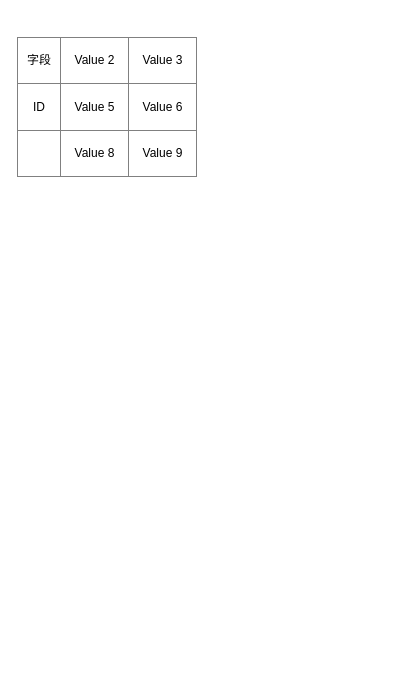
Earlier version of the draw.io diagram page 9 of 9 of 支付中心.drawio (NonePro/UML). Source tidied: cells renumbered, new cells numbered last; positions are measured from the earlier drawing's top-left corner, leaving out a move shared by most shapes. Both pictures are drawn from the tidied source at 100%, with x=0, y=0 at pixel (17, 37).
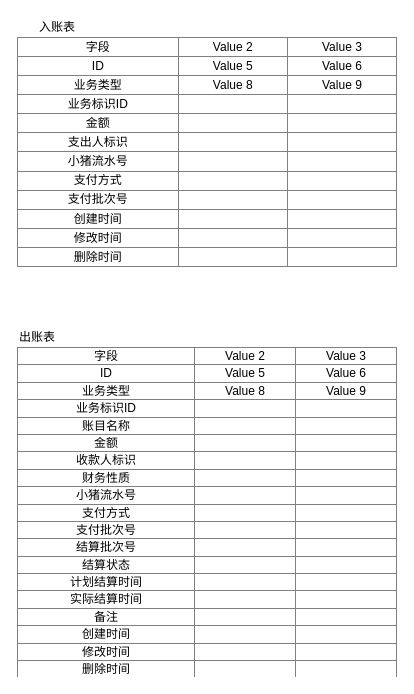
The same page after the edit.

What changed in the source:
```diff
@@
 <mxGraphModel>
   <root>
     <mxCell id="0" />
     <mxCell id="1" parent="0" />
-    <mxCell id="2" value="&lt;table border=&quot;1&quot; width=&quot;100%&quot; style=&quot;width: 100% ; height: 100% ; border-collapse: collapse&quot;&gt;&lt;tbody&gt;&lt;tr&gt;&lt;td align=&quot;center&quot;&gt;字段&lt;/td&gt;&lt;td align=&quot;center&quot;&gt;Value 2&lt;/td&gt;&lt;td align=&quot;center&quot;&gt;Value 3&lt;/td&gt;&lt;/tr&gt;&lt;tr&gt;&lt;td align=&quot;center&quot;&gt;ID&lt;/td&gt;&lt;td align=&quot;center&quot;&gt;Value 5&lt;/td&gt;&lt;td align=&quot;center&quot;&gt;Value 6&lt;/td&gt;&lt;/tr&gt;&lt;tr&gt;&lt;td align=&quot;center&quot;&gt;&lt;br&gt;&lt;/td&gt;&lt;td align=&quot;center&quot;&gt;Value 8&lt;/td&gt;&lt;td align=&quot;center&quot;&gt;Value 9&lt;/td&gt;&lt;/tr&gt;&lt;/tbody&gt;&lt;/table&gt;" style="text;html=1;strokeColor=none;fillColor=none;overflow=fill;labelBackgroundColor=none;align=center;" parent="1" vertex="1">
-      <mxGeometry width="180" height="140" as="geometry" />
+    <mxCell id="2" value="&lt;table border=&quot;1&quot; width=&quot;100%&quot; style=&quot;width: 100% ; height: 100% ; border-collapse: collapse&quot;&gt;&lt;tbody&gt;&lt;tr&gt;&lt;td align=&quot;center&quot;&gt;字段&lt;/td&gt;&lt;td align=&quot;center&quot;&gt;Value 2&lt;/td&gt;&lt;td align=&quot;center&quot;&gt;Value 3&lt;/td&gt;&lt;/tr&gt;&lt;tr&gt;&lt;td align=&quot;center&quot;&gt;ID&lt;/td&gt;&lt;td align=&quot;center&quot;&gt;Value 5&lt;/td&gt;&lt;td align=&quot;center&quot;&gt;Value 6&lt;/td&gt;&lt;/tr&gt;&lt;tr&gt;&lt;td align=&quot;center&quot;&gt;业务类型&lt;/td&gt;&lt;td align=&quot;center&quot;&gt;Value 8&lt;/td&gt;&lt;td align=&quot;center&quot;&gt;Value 9&lt;/td&gt;&lt;/tr&gt;&lt;tr&gt;&lt;td&gt;业务标识ID&lt;br&gt;&lt;/td&gt;&lt;td&gt;&lt;br&gt;&lt;/td&gt;&lt;td&gt;&lt;br&gt;&lt;/td&gt;&lt;/tr&gt;&lt;tr&gt;&lt;td&gt;金额&lt;/td&gt;&lt;td&gt;&lt;br&gt;&lt;/td&gt;&lt;td&gt;&lt;br&gt;&lt;/td&gt;&lt;/tr&gt;&lt;tr&gt;&lt;td&gt;支出人标识&lt;/td&gt;&lt;td&gt;&lt;br&gt;&lt;/td&gt;&lt;td&gt;&lt;br&gt;&lt;/td&gt;&lt;/tr&gt;&lt;tr&gt;&lt;td&gt;小猪流水号&lt;/td&gt;&lt;td&gt;&lt;br&gt;&lt;/td&gt;&lt;td&gt;&lt;br&gt;&lt;/td&gt;&lt;/tr&gt;&lt;tr&gt;&lt;td&gt;支付方式&lt;/td&gt;&lt;td&gt;&lt;br&gt;&lt;/td&gt;&lt;td&gt;&lt;br&gt;&lt;/td&gt;&lt;/tr&gt;&lt;tr&gt;&lt;td&gt;支付批次号&lt;/td&gt;&lt;td&gt;&lt;br&gt;&lt;/td&gt;&lt;td&gt;&lt;br&gt;&lt;/td&gt;&lt;/tr&gt;&lt;tr&gt;&lt;td&gt;创建时间&lt;br&gt;&lt;/td&gt;&lt;td&gt;&lt;br&gt;&lt;/td&gt;&lt;td&gt;&lt;br&gt;&lt;/td&gt;&lt;/tr&gt;&lt;tr&gt;&lt;td&gt;修改时间&lt;/td&gt;&lt;td&gt;&lt;br&gt;&lt;/td&gt;&lt;td&gt;&lt;br&gt;&lt;/td&gt;&lt;/tr&gt;&lt;tr&gt;&lt;td&gt;删除时间&lt;/td&gt;&lt;td&gt;&lt;br&gt;&lt;/td&gt;&lt;td&gt;&lt;br&gt;&lt;/td&gt;&lt;/tr&gt;&lt;/tbody&gt;&lt;/table&gt;" style="text;html=1;strokeColor=none;fillColor=none;overflow=fill;labelBackgroundColor=none;align=center;" parent="1" vertex="1">
+      <mxGeometry width="380" height="230" as="geometry" />
     </mxCell>
+    <mxCell id="3" value="&lt;table border=&quot;1&quot; width=&quot;100%&quot; style=&quot;width: 100% ; height: 100% ; border-collapse: collapse&quot;&gt;&lt;tbody&gt;&lt;tr&gt;&lt;td align=&quot;center&quot;&gt;字段&lt;/td&gt;&lt;td align=&quot;center&quot;&gt;Value 2&lt;/td&gt;&lt;td align=&quot;center&quot;&gt;Value 3&lt;/td&gt;&lt;/tr&gt;&lt;tr&gt;&lt;td align=&quot;center&quot;&gt;ID&lt;/td&gt;&lt;td align=&quot;center&quot;&gt;Value 5&lt;/td&gt;&lt;td align=&quot;center&quot;&gt;Value 6&lt;/td&gt;&lt;/tr&gt;&lt;tr&gt;&lt;td align=&quot;center&quot;&gt;业务类型&lt;/td&gt;&lt;td align=&quot;center&quot;&gt;Value 8&lt;/td&gt;&lt;td align=&quot;center&quot;&gt;Value 9&lt;/td&gt;&lt;/tr&gt;&lt;tr&gt;&lt;td&gt;业务标识ID&lt;/td&gt;&lt;td&gt;&lt;br&gt;&lt;/td&gt;&lt;td&gt;&lt;br&gt;&lt;/td&gt;&lt;/tr&gt;&lt;tr&gt;&lt;td&gt;账目名称&lt;/td&gt;&lt;td&gt;&lt;br&gt;&lt;/td&gt;&lt;td&gt;&lt;br&gt;&lt;/td&gt;&lt;/tr&gt;&lt;tr&gt;&lt;td&gt;金额&lt;/td&gt;&lt;td&gt;&lt;br&gt;&lt;/td&gt;&lt;td&gt;&lt;br&gt;&lt;/td&gt;&lt;/tr&gt;&lt;tr&gt;&lt;td&gt;收款人标识&lt;/td&gt;&lt;td&gt;&lt;br&gt;&lt;/td&gt;&lt;td&gt;&lt;br&gt;&lt;/td&gt;&lt;/tr&gt;&lt;tr&gt;&lt;td&gt;财务性质&lt;/td&gt;&lt;td&gt;&lt;br&gt;&lt;/td&gt;&lt;td&gt;&lt;br&gt;&lt;/td&gt;&lt;/tr&gt;&lt;tr&gt;&lt;td&gt;小猪流水号&lt;/td&gt;&lt;td&gt;&lt;br&gt;&lt;/td&gt;&lt;td&gt;&lt;br&gt;&lt;/td&gt;&lt;/tr&gt;&lt;tr&gt;&lt;td&gt;支付方式&lt;/td&gt;&lt;td&gt;&lt;br&gt;&lt;/td&gt;&lt;td&gt;&lt;br&gt;&lt;/td&gt;&lt;/tr&gt;&lt;tr&gt;&lt;td&gt;支付批次号&lt;/td&gt;&lt;td&gt;&lt;br&gt;&lt;/td&gt;&lt;td&gt;&lt;br&gt;&lt;/td&gt;&lt;/tr&gt;&lt;tr&gt;&lt;td&gt;结算批次号&lt;/td&gt;&lt;td&gt;&lt;br&gt;&lt;/td&gt;&lt;td&gt;&lt;br&gt;&lt;/td&gt;&lt;/tr&gt;&lt;tr&gt;&lt;td&gt;结算状态&lt;br&gt;&lt;/td&gt;&lt;td&gt;&lt;br&gt;&lt;/td&gt;&lt;td&gt;&lt;br&gt;&lt;/td&gt;&lt;/tr&gt;&lt;tr&gt;&lt;td&gt;计划结算时间&lt;br&gt;&lt;/td&gt;&lt;td&gt;&lt;br&gt;&lt;/td&gt;&lt;td&gt;&lt;br&gt;&lt;/td&gt;&lt;/tr&gt;&lt;tr&gt;&lt;td&gt;实际结算时间&lt;/td&gt;&lt;td&gt;&lt;br&gt;&lt;/td&gt;&lt;td&gt;&lt;br&gt;&lt;/td&gt;&lt;/tr&gt;&lt;tr&gt;&lt;td&gt;备注&lt;/td&gt;&lt;td&gt;&lt;br&gt;&lt;/td&gt;&lt;td&gt;&lt;br&gt;&lt;/td&gt;&lt;/tr&gt;&lt;tr&gt;&lt;td&gt;创建时间&lt;/td&gt;&lt;td&gt;&lt;br&gt;&lt;/td&gt;&lt;td&gt;&lt;br&gt;&lt;/td&gt;&lt;/tr&gt;&lt;tr&gt;&lt;td&gt;修改时间&lt;/td&gt;&lt;td&gt;&lt;br&gt;&lt;/td&gt;&lt;td&gt;&lt;br&gt;&lt;/td&gt;&lt;/tr&gt;&lt;tr&gt;&lt;td&gt;删除时间&lt;/td&gt;&lt;td&gt;&lt;br&gt;&lt;/td&gt;&lt;td&gt;&lt;br&gt;&lt;/td&gt;&lt;/tr&gt;&lt;/tbody&gt;&lt;/table&gt;" style="text;html=1;strokeColor=none;fillColor=none;overflow=fill;align=center;" parent="1" vertex="1">
+      <mxGeometry y="310" width="380" height="330" as="geometry" />
+    </mxCell>
+    <mxCell id="4" value="出账表" style="text;html=1;strokeColor=none;fillColor=none;align=center;verticalAlign=middle;whiteSpace=wrap;rounded=0;" parent="1" vertex="1">
+      <mxGeometry y="290" width="40" height="20" as="geometry" />
+    </mxCell>
+    <mxCell id="5" value="入账表" style="text;html=1;strokeColor=none;fillColor=none;align=center;verticalAlign=middle;whiteSpace=wrap;rounded=0;" parent="1" vertex="1">
+      <mxGeometry y="-20" width="80" height="20" as="geometry" />
+    </mxCell>
   </root>
 </mxGraphModel>
```
